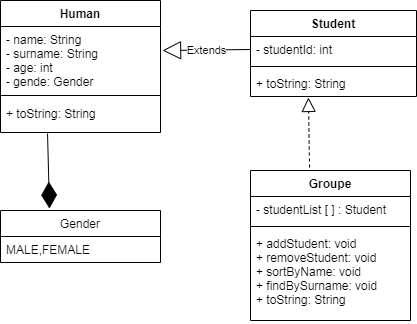
The draw.io diagram Untitled Diagram.png in AndProgKiev/OOP3, before a commit. Source tidied: cells renumbered, new cells last; positions are measured from the earlier drawing's top-left corner, leaving out a move shared by most shapes.
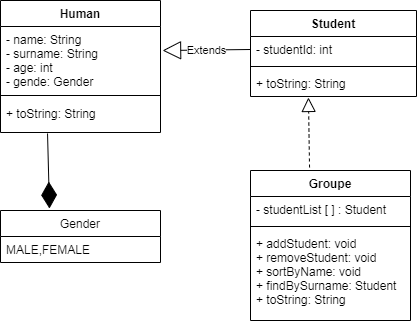
Later version of the same file.

Change to the diagram source:
```diff
@@ -11,7 +11,7 @@
     <mxCell id="4" style="line;strokeWidth=1;fillColor=none;align=left;verticalAlign=middle;spacingTop=-1;spacingLeft=3;spacingRight=3;labelPosition=right;" parent="2" vertex="1">
       <mxGeometry y="52" width="160" height="8" as="geometry" />
     </mxCell>
-    <mxCell id="5" value="+ addStudent: void&#10;+ removeStudent: void&#10;+ sortByName: void&#10;+ findBySurname: void&#10;+ toString: String&#10;" style="text;strokeColor=none;fillColor=none;align=left;verticalAlign=top;spacingLeft=4;spacingRight=4;overflow=hidden;" parent="2" vertex="1">
+    <mxCell id="5" value="+ addStudent: void&#10;+ removeStudent: void&#10;+ sortByName: void&#10;+ findBySurname: Student&#10;+ toString: String&#10;" style="text;strokeColor=none;fillColor=none;align=left;verticalAlign=top;spacingLeft=4;spacingRight=4;overflow=hidden;" parent="2" vertex="1">
       <mxGeometry y="60" width="160" height="90" as="geometry" />
     </mxCell>
     <mxCell id="6" value="Extends" style="endArrow=block;endSize=16;endFill=0;html=1;entryX=1.013;entryY=0.375;entryDx=0;entryDy=0;entryPerimeter=0;exitX=0;exitY=0.5;exitDx=0;exitDy=0;" parent="1" edge="1" source="12" target="8">
```
